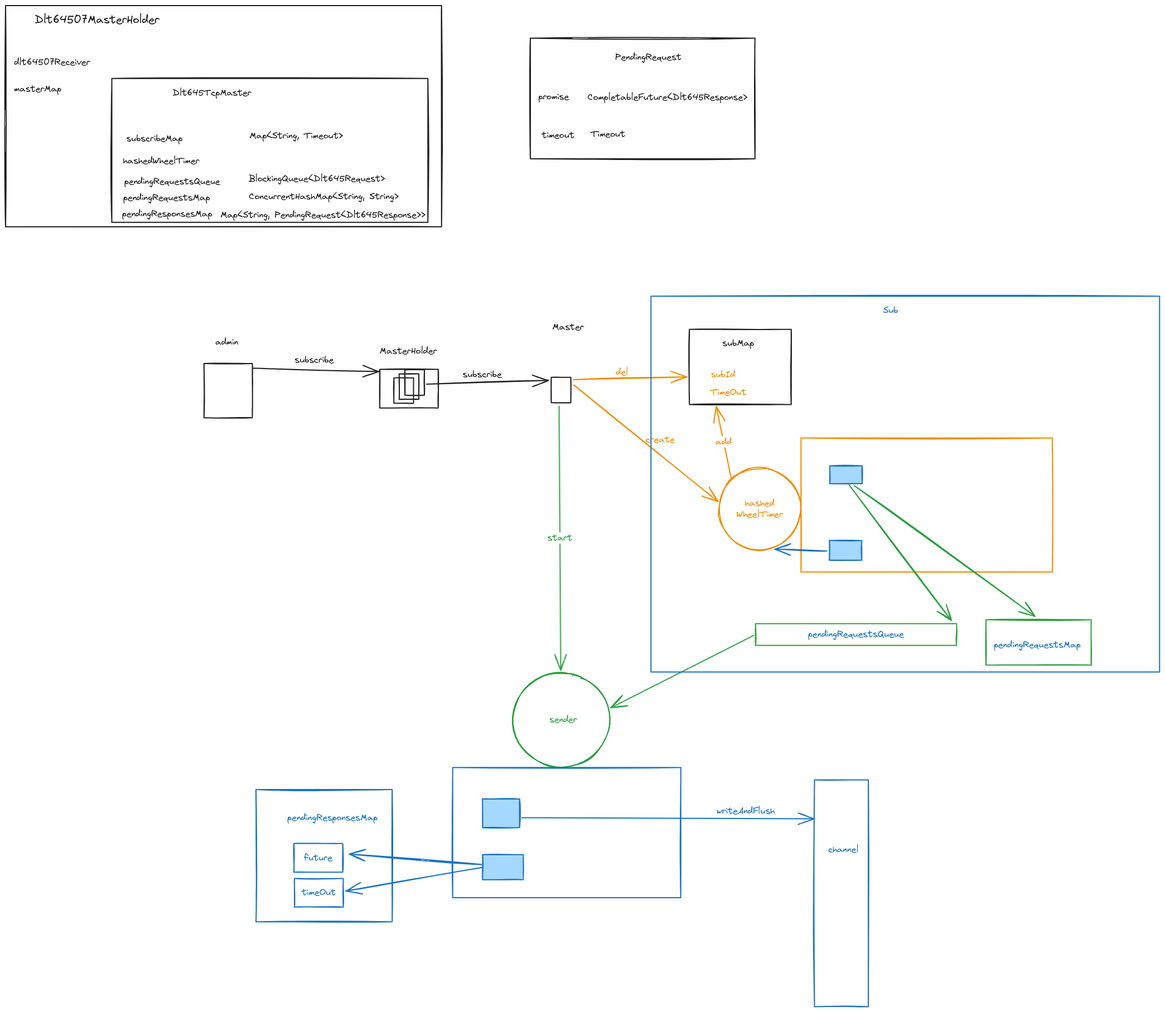
Before: source/3-项目经历/物联网/iot.excalidraw.png, a diagram exported from Excalidraw (lighkLife/wiki). Source tidied: one line per element, renumbered; positions are measured from the earlier drawing's top-left corner, leaving out a move shared by most shapes. Its diagram source:
```json
{"id": 0, "type": "rectangle", "strokeColor": "#1e1e1e", "strokeWidth": 2, "roughness": 1, "x": 0, "y": 0, "width": 782, "height": 397}
{"id": 1, "type": "text", "text": "Dlt64507MasterHolder", "strokeColor": "#1e1e1e", "strokeWidth": 2, "roughness": 1, "fontSize": 20, "fontFamily": 1, "x": 52, "y": 13, "width": 223, "height": 25}
{"id": 2, "type": "text", "text": "masterMap", "strokeColor": "#1e1e1e", "strokeWidth": 2, "roughness": 1, "fontSize": 16, "fontFamily": 1, "x": 15, "y": 140, "width": 85, "height": 20}
{"id": 3, "type": "text", "text": "dlt64507Receiver", "strokeColor": "#1e1e1e", "strokeWidth": 2, "roughness": 1, "fontSize": 16, "fontFamily": 1, "x": 15, "y": 92, "width": 136, "height": 20}
{"id": 4, "type": "rectangle", "strokeColor": "#1e1e1e", "strokeWidth": 2, "roughness": 1, "x": 191, "y": 131, "width": 567, "height": 258}
{"id": 5, "type": "text", "text": "Dlt645TcpMaster", "strokeColor": "#1e1e1e", "strokeWidth": 2, "roughness": 1, "fontSize": 16, "fontFamily": 1, "x": 300, "y": 147, "width": 141, "height": 20}
{"id": 6, "type": "text", "text": "subscribeMap", "strokeColor": "#1e1e1e", "strokeWidth": 2, "roughness": 1, "fontSize": 16, "fontFamily": 1, "x": 217, "y": 229, "width": 101, "height": 20}
{"id": 7, "type": "text", "text": "Map<String, Timeout>", "strokeColor": "#1e1e1e", "strokeWidth": 2, "roughness": 1, "fontSize": 16, "fontFamily": 1, "x": 438, "y": 224, "width": 167, "height": 20}
{"id": 8, "type": "text", "text": "hashedWheelTimer", "strokeColor": "#1e1e1e", "strokeWidth": 2, "roughness": 1, "fontSize": 16, "fontFamily": 1, "x": 211, "y": 269, "width": 137, "height": 20}
{"id": 9, "type": "text", "text": "pendingRequestsQueue", "strokeColor": "#1e1e1e", "strokeWidth": 2, "roughness": 1, "fontSize": 16, "fontFamily": 1, "x": 213, "y": 306, "width": 172, "height": 20}
{"id": 10, "type": "text", "text": "pendingRequestsMap", "strokeColor": "#1e1e1e", "strokeWidth": 2, "roughness": 1, "fontSize": 16, "fontFamily": 1, "x": 211, "y": 335, "width": 156, "height": 20}
{"id": 11, "type": "text", "text": "BlockingQueue<Dlt645Request>", "strokeColor": "#1e1e1e", "strokeWidth": 2, "roughness": 1, "fontSize": 16, "fontFamily": 1, "x": 436, "y": 301, "width": 244, "height": 20}
{"id": 12, "type": "text", "text": "ConcurrentHashMap<String, String>", "strokeColor": "#1e1e1e", "strokeWidth": 2, "roughness": 1, "fontSize": 16, "fontFamily": 1, "x": 436, "y": 333, "width": 269, "height": 20}
{"id": 13, "type": "text", "text": "pendingResponsesMap", "strokeColor": "#1e1e1e", "strokeWidth": 2, "roughness": 1, "fontSize": 16, "fontFamily": 1, "x": 209, "y": 364, "width": 162, "height": 20}
{"id": 14, "type": "text", "text": "Map<String, PendingRequest<Dlt645Response>>", "strokeColor": "#1e1e1e", "strokeWidth": 2, "roughness": 1, "fontSize": 16, "fontFamily": 1, "x": 385, "y": 366, "width": 367, "height": 20}
{"id": 15, "type": "rectangle", "strokeColor": "#1e1e1e", "strokeWidth": 2, "roughness": 1, "x": 941, "y": 59, "width": 403, "height": 216}
{"id": 16, "type": "text", "text": "PendingRequest", "strokeColor": "#1e1e1e", "strokeWidth": 2, "roughness": 1, "fontSize": 16, "fontFamily": 1, "x": 1093, "y": 83, "width": 119, "height": 20}
{"id": 17, "type": "text", "text": "CompletableFuture<Dlt645Response>", "strokeColor": "#1e1e1e", "strokeWidth": 2, "roughness": 1, "fontSize": 16, "fontFamily": 1, "x": 1044, "y": 155, "width": 286, "height": 20}
{"id": 18, "type": "text", "text": "promise", "strokeColor": "#1e1e1e", "strokeWidth": 2, "roughness": 1, "fontSize": 16, "fontFamily": 1, "x": 956, "y": 154, "width": 55, "height": 20}
{"id": 19, "type": "text", "text": "timeout", "strokeColor": "#1e1e1e", "strokeWidth": 2, "roughness": 1, "fontSize": 16, "fontFamily": 1, "x": 962, "y": 223, "width": 58, "height": 20}
{"id": 20, "type": "text", "text": "Timeout", "strokeColor": "#1e1e1e", "strokeWidth": 2, "roughness": 1, "fontSize": 16, "fontFamily": 1, "x": 1049, "y": 221, "width": 62, "height": 20}
{"id": 21, "type": "rectangle", "strokeColor": "#1e1e1e", "strokeWidth": 2, "roughness": 1, "x": 356, "y": 642, "width": 87, "height": 97}
{"id": 22, "type": "text", "text": "admin", "strokeColor": "#1e1e1e", "strokeWidth": 2, "roughness": 1, "fontSize": 16, "fontFamily": 1, "x": 376, "y": 594, "width": 41, "height": 20}
{"id": 23, "type": "rectangle", "strokeColor": "#1e1e1e", "strokeWidth": 2, "roughness": 1, "x": 671, "y": 652, "width": 105, "height": 69}
{"id": 24, "type": "text", "text": "MasterHolder", "strokeColor": "#1e1e1e", "strokeWidth": 2, "roughness": 1, "fontSize": 16, "fontFamily": 1, "x": 671, "y": 610, "width": 103, "height": 20}
{"id": 25, "type": "rectangle", "strokeColor": "#1e1e1e", "strokeWidth": 2, "roughness": 1, "x": 978, "y": 667, "width": 35, "height": 46}
{"id": 26, "type": "text", "text": "Master", "strokeColor": "#1e1e1e", "strokeWidth": 2, "roughness": 1, "fontSize": 16, "fontFamily": 1, "x": 981, "y": 567, "width": 56, "height": 20}
{"id": 27, "type": "arrow", "strokeColor": "#1e1e1e", "strokeWidth": 2, "roughness": 1, "endArrowhead": "arrow", "from": 21, "to": 23, "x": 444, "y": 650, "width": 225, "height": 6, "points": [[0, 0], [225, 6]]}
{"id": 28, "type": "text", "text": "subscribe", "strokeColor": "#1e1e1e", "strokeWidth": 2, "roughness": 1, "fontSize": 16, "fontFamily": 1, "x": 519, "y": 626, "width": 70, "height": 20}
{"id": 29, "type": "arrow", "strokeColor": "#1e1e1e", "strokeWidth": 2, "roughness": 1, "endArrowhead": "arrow", "from": 46, "to": 25, "x": 755, "y": 679, "width": 218, "height": 7, "points": [[0, 0], [218, -7]]}
{"id": 30, "type": "text", "text": "subscribe", "strokeColor": "#1e1e1e", "strokeWidth": 2, "roughness": 1, "fontSize": 16, "fontFamily": 1, "x": 820, "y": 652, "width": 70, "height": 20}
{"id": 31, "type": "text", "text": "subMap", "strokeColor": "#1e1e1e", "strokeWidth": 2, "roughness": 1, "fontSize": 16, "fontFamily": 1, "x": 1286, "y": 596, "width": 57, "height": 20}
{"id": 32, "type": "rectangle", "strokeColor": "#1e1e1e", "strokeWidth": 2, "roughness": 1, "x": 1226, "y": 581, "width": 183, "height": 135}
{"id": 33, "type": "text", "text": "subId", "strokeColor": "#f08c00", "strokeWidth": 2, "roughness": 1, "fontSize": 16, "fontFamily": 1, "x": 1265, "y": 652, "width": 44, "height": 20}
{"id": 34, "type": "text", "text": "TimeOut", "strokeColor": "#f08c00", "strokeWidth": 2, "roughness": 1, "fontSize": 16, "fontFamily": 1, "x": 1263, "y": 684, "width": 65, "height": 20}
{"id": 35, "type": "arrow", "strokeColor": "#f08c00", "strokeWidth": 2, "roughness": 1, "endArrowhead": "arrow", "from": 25, "to": 32, "x": 1018, "y": 671, "width": 203, "height": 5, "points": [[0, 0], [203, -5]]}
{"id": 36, "type": "arrow", "strokeColor": "#f08c00", "strokeWidth": 2, "roughness": 1, "endArrowhead": "arrow", "from": 25, "to": 39, "x": 1019, "y": 681, "width": 258, "height": 209, "points": [[0, 0], [258, 209]]}
{"id": 37, "type": "text", "text": "del", "strokeColor": "#f08c00", "strokeWidth": 2, "roughness": 1, "fontSize": 16, "fontFamily": 1, "x": 1095, "y": 648, "width": 22, "height": 20}
{"id": 38, "type": "text", "text": "create", "strokeColor": "#f08c00", "strokeWidth": 2, "roughness": 1, "fontSize": 16, "fontFamily": 1, "x": 1148, "y": 769, "width": 52, "height": 20}
{"id": 39, "type": "ellipse", "strokeColor": "#f08c00", "strokeWidth": 2, "roughness": 1, "x": 1279, "y": 829, "width": 147, "height": 148}
{"id": 40, "type": "text", "text": "hashed\nWheelTimer", "strokeColor": "#f08c00", "strokeWidth": 2, "roughness": 1, "fontSize": 16, "fontFamily": 1, "textAlign": "center", "verticalAlign": "middle", "inside": 39, "x": 1311, "y": 883, "width": 84, "height": 40}
{"id": 41, "type": "rectangle", "strokeColor": "#f08c00", "strokeWidth": 2, "roughness": 1, "x": 1426, "y": 775, "width": 451, "height": 240}
{"id": 42, "type": "arrow", "strokeColor": "#f08c00", "strokeWidth": 2, "roughness": 1, "endArrowhead": "arrow", "from": 39, "to": 34, "x": 1301, "y": 847, "width": 26, "height": 127, "points": [[0, 0], [-26, -127]]}
{"id": 43, "type": "text", "text": "add", "strokeColor": "#f08c00", "strokeWidth": 2, "roughness": 1, "fontSize": 16, "fontFamily": 1, "textAlign": "center", "verticalAlign": "middle", "inside": 42, "x": 1281, "y": 742, "width": 29, "height": 20}
{"id": 44, "type": "rectangle", "strokeColor": "#1e1e1e", "strokeWidth": 2, "roughness": 1, "x": 696, "y": 668, "width": 35, "height": 46}
{"id": 45, "type": "rectangle", "strokeColor": "#1e1e1e", "strokeWidth": 2, "roughness": 1, "x": 706, "y": 660, "width": 35, "height": 46}
{"id": 46, "type": "rectangle", "strokeColor": "#1e1e1e", "strokeWidth": 2, "roughness": 1, "x": 716, "y": 653, "width": 35, "height": 46}
{"id": 47, "type": "ellipse", "strokeColor": "#2f9e44", "strokeWidth": 2, "roughness": 1, "x": 909, "y": 1197, "width": 175, "height": 169}
{"id": 48, "type": "text", "text": "sender", "strokeColor": "#2f9e44", "strokeWidth": 2, "roughness": 1, "fontSize": 16, "fontFamily": 1, "x": 975, "y": 1271, "width": 50, "height": 20}
{"id": 49, "type": "arrow", "strokeColor": "#2f9e44", "strokeWidth": 2, "roughness": 1, "endArrowhead": "arrow", "from": 25, "to": 47, "x": 993, "y": 719, "width": 3, "height": 473, "points": [[0, 0], [3, 473]]}
{"id": 50, "type": "text", "text": "start", "strokeColor": "#2f9e44", "strokeWidth": 2, "roughness": 1, "fontSize": 16, "fontFamily": 1, "textAlign": "center", "verticalAlign": "middle", "inside": 49, "x": 1015, "y": 932, "width": 44, "height": 20}
{"id": 51, "type": "rectangle", "strokeColor": "#2f9e44", "strokeWidth": 2, "roughness": 1, "x": 1345, "y": 1109, "width": 360, "height": 39}
{"id": 52, "type": "text", "text": "pendingRequestsQueue", "strokeColor": "#1971c2", "strokeWidth": 2, "roughness": 1, "fontSize": 16, "fontFamily": 1, "textAlign": "center", "verticalAlign": "middle", "inside": 51, "x": 1439, "y": 1118, "width": 172, "height": 20}
{"id": 53, "type": "rectangle", "strokeColor": "#2f9e44", "strokeWidth": 2, "roughness": 1, "x": 1758, "y": 1101, "width": 189, "height": 81}
{"id": 54, "type": "rectangle", "strokeColor": "#1971c2", "backgroundColor": "#a5d8ff", "fillStyle": "solid", "strokeWidth": 2, "roughness": 1, "x": 1478, "y": 825, "width": 58, "height": 32}
{"id": 55, "type": "arrow", "strokeColor": "#2f9e44", "strokeWidth": 2, "roughness": 1, "endArrowhead": "arrow", "from": 54, "to": 51, "x": 1512, "y": 858, "width": 184, "height": 244, "points": [[0, 0], [184, 244]]}
{"id": 56, "type": "arrow", "strokeColor": "#2f9e44", "strokeWidth": 2, "roughness": 1, "endArrowhead": "arrow", "from": 54, "to": 53, "x": 1522, "y": 861, "width": 323, "height": 234, "points": [[0, 0], [323, 234]]}
{"id": 57, "type": "arrow", "strokeColor": "#2f9e44", "strokeWidth": 2, "roughness": 1, "endArrowhead": "arrow", "from": 51, "to": 47, "x": 1341, "y": 1130, "width": 255, "height": 129, "points": [[0, 0], [-255, 129]]}
{"id": 58, "type": "rectangle", "strokeColor": "#1971c2", "backgroundColor": "#a5d8ff", "fillStyle": "solid", "strokeWidth": 2, "roughness": 1, "x": 1477, "y": 959, "width": 58, "height": 35}
{"id": 59, "type": "arrow", "strokeColor": "#1971c2", "backgroundColor": "#a5d8ff", "fillStyle": "solid", "strokeWidth": 2, "roughness": 1, "endArrowhead": "arrow", "from": 58, "to": 39, "x": 1473, "y": 978, "width": 93, "height": 3, "points": [[0, 0], [-93, -3]]}
{"id": 60, "type": "rectangle", "strokeColor": "#1971c2", "strokeWidth": 2, "roughness": 1, "x": 1157, "y": 521, "width": 912, "height": 674}
{"id": 61, "type": "text", "text": "Sub", "strokeColor": "#1971c2", "strokeWidth": 2, "roughness": 1, "fontSize": 16, "fontFamily": 1, "x": 1574, "y": 537, "width": 27, "height": 20}
{"id": 62, "type": "rectangle", "strokeColor": "#1971c2", "strokeWidth": 2, "roughness": 1, "x": 802, "y": 1367, "width": 409, "height": 233}
{"id": 63, "type": "rectangle", "strokeColor": "#1971c2", "strokeWidth": 2, "roughness": 1, "x": 449, "y": 1406, "width": 244, "height": 237}
{"id": 64, "type": "text", "text": "pendingRequestsMap", "strokeColor": "#1971c2", "strokeWidth": 2, "roughness": 1, "fontSize": 16, "fontFamily": 1, "x": 1772, "y": 1137, "width": 156, "height": 20}
{"id": 65, "type": "text", "text": "pendingResponsesMap", "strokeColor": "#1971c2", "strokeWidth": 2, "roughness": 1, "fontSize": 16, "fontFamily": 1, "x": 505, "y": 1447, "width": 162, "height": 20}
{"id": 66, "type": "rectangle", "strokeColor": "#1971c2", "backgroundColor": "#a5d8ff", "fillStyle": "solid", "strokeWidth": 2, "roughness": 1, "x": 855, "y": 1423, "width": 66, "height": 51}
{"id": 67, "type": "rectangle", "strokeColor": "#1971c2", "strokeWidth": 2, "roughness": 1, "x": 1451, "y": 1389, "width": 96, "height": 407}
{"id": 68, "type": "arrow", "strokeColor": "#1971c2", "strokeWidth": 2, "roughness": 1, "endArrowhead": "arrow", "from": 66, "to": 67, "x": 926, "y": 1456, "width": 524, "height": 2, "points": [[0, 0], [524, 2]]}
{"id": 69, "type": "text", "text": "channel", "strokeColor": "#1971c2", "strokeWidth": 2, "roughness": 1, "fontSize": 16, "fontFamily": 1, "x": 1475, "y": 1504, "width": 55, "height": 20}
{"id": 70, "type": "text", "text": "writeAndFlush", "strokeColor": "#1971c2", "strokeWidth": 2, "roughness": 1, "fontSize": 16, "fontFamily": 1, "x": 1275, "y": 1435, "width": 104, "height": 20}
{"id": 71, "type": "rectangle", "strokeColor": "#1971c2", "strokeWidth": 2, "roughness": 1, "x": 517, "y": 1503, "width": 88, "height": 51}
{"id": 72, "type": "text", "text": "future", "strokeColor": "#1971c2", "strokeWidth": 2, "roughness": 1, "fontSize": 16, "fontFamily": 1, "textAlign": "center", "verticalAlign": "middle", "inside": 71, "x": 536, "y": 1519, "width": 51, "height": 20}
{"id": 73, "type": "rectangle", "strokeColor": "#1971c2", "strokeWidth": 2, "roughness": 1, "x": 518, "y": 1566, "width": 88, "height": 51}
{"id": 74, "type": "text", "text": "timeOut", "strokeColor": "#1971c2", "strokeWidth": 2, "roughness": 1, "fontSize": 16, "fontFamily": 1, "textAlign": "center", "verticalAlign": "middle", "inside": 73, "x": 531, "y": 1581, "width": 61, "height": 20}
{"id": 75, "type": "arrow", "strokeColor": "#1971c2", "strokeWidth": 2, "roughness": 1, "endArrowhead": "arrow", "to": 71, "x": 858, "y": 1541, "width": 241, "height": 19, "points": [[0, 0], [-241, -19]]}
{"id": 76, "type": "arrow", "strokeColor": "#1971c2", "strokeWidth": 2, "roughness": 1, "endArrowhead": "arrow", "to": 73, "x": 857, "y": 1545, "width": 246, "height": 43, "points": [[0, 0], [-246, 43]]}
{"id": 77, "type": "rectangle", "strokeColor": "#1971c2", "backgroundColor": "#a5d8ff", "fillStyle": "solid", "strokeWidth": 2, "roughness": 1, "x": 855, "y": 1523, "width": 73, "height": 45}
```
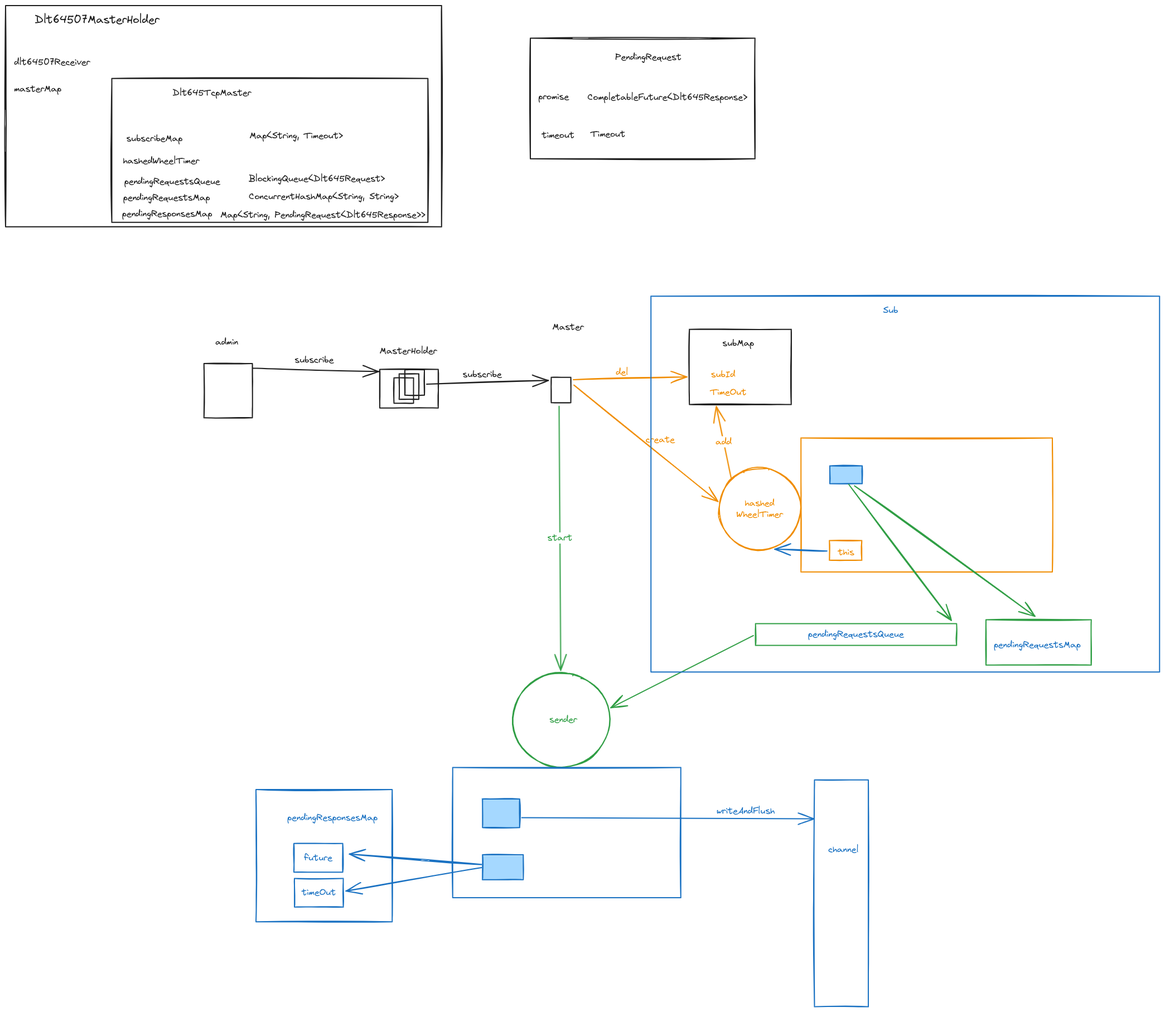
Above is the later version.

Change to the diagram source:
```diff
@@ -56,7 +56,7 @@
 {"id": 55, "type": "arrow", "strokeColor": "#2f9e44", "strokeWidth": 2, "roughness": 1, "endArrowhead": "arrow", "from": 54, "to": 51, "x": 1512, "y": 858, "width": 184, "height": 244, "points": [[0, 0], [184, 244]]}
 {"id": 56, "type": "arrow", "strokeColor": "#2f9e44", "strokeWidth": 2, "roughness": 1, "endArrowhead": "arrow", "from": 54, "to": 53, "x": 1522, "y": 861, "width": 323, "height": 234, "points": [[0, 0], [323, 234]]}
 {"id": 57, "type": "arrow", "strokeColor": "#2f9e44", "strokeWidth": 2, "roughness": 1, "endArrowhead": "arrow", "from": 51, "to": 47, "x": 1341, "y": 1130, "width": 255, "height": 129, "points": [[0, 0], [-255, 129]]}
-{"id": 58, "type": "rectangle", "strokeColor": "#1971c2", "backgroundColor": "#a5d8ff", "fillStyle": "solid", "strokeWidth": 2, "roughness": 1, "x": 1477, "y": 959, "width": 58, "height": 35}
+{"id": 58, "type": "rectangle", "strokeColor": "#f08c00", "strokeWidth": 2, "roughness": 1, "x": 1477, "y": 959, "width": 58, "height": 35}
 {"id": 59, "type": "arrow", "strokeColor": "#1971c2", "backgroundColor": "#a5d8ff", "fillStyle": "solid", "strokeWidth": 2, "roughness": 1, "endArrowhead": "arrow", "from": 58, "to": 39, "x": 1473, "y": 978, "width": 93, "height": 3, "points": [[0, 0], [-93, -3]]}
 {"id": 60, "type": "rectangle", "strokeColor": "#1971c2", "strokeWidth": 2, "roughness": 1, "x": 1157, "y": 521, "width": 912, "height": 674}
 {"id": 61, "type": "text", "text": "Sub", "strokeColor": "#1971c2", "strokeWidth": 2, "roughness": 1, "fontSize": 16, "fontFamily": 1, "x": 1574, "y": 537, "width": 27, "height": 20}
@@ -76,3 +76,4 @@
 {"id": 75, "type": "arrow", "strokeColor": "#1971c2", "strokeWidth": 2, "roughness": 1, "endArrowhead": "arrow", "to": 71, "x": 858, "y": 1541, "width": 241, "height": 19, "points": [[0, 0], [-241, -19]]}
 {"id": 76, "type": "arrow", "strokeColor": "#1971c2", "strokeWidth": 2, "roughness": 1, "endArrowhead": "arrow", "to": 73, "x": 857, "y": 1545, "width": 246, "height": 43, "points": [[0, 0], [-246, 43]]}
 {"id": 77, "type": "rectangle", "strokeColor": "#1971c2", "backgroundColor": "#a5d8ff", "fillStyle": "solid", "strokeWidth": 2, "roughness": 1, "x": 855, "y": 1523, "width": 73, "height": 45}
+{"id": 78, "type": "text", "text": "this", "strokeColor": "#f08c00", "strokeWidth": 2, "roughness": 1, "fontSize": 16, "fontFamily": 1, "x": 1493, "y": 971, "width": 29, "height": 20}
```
